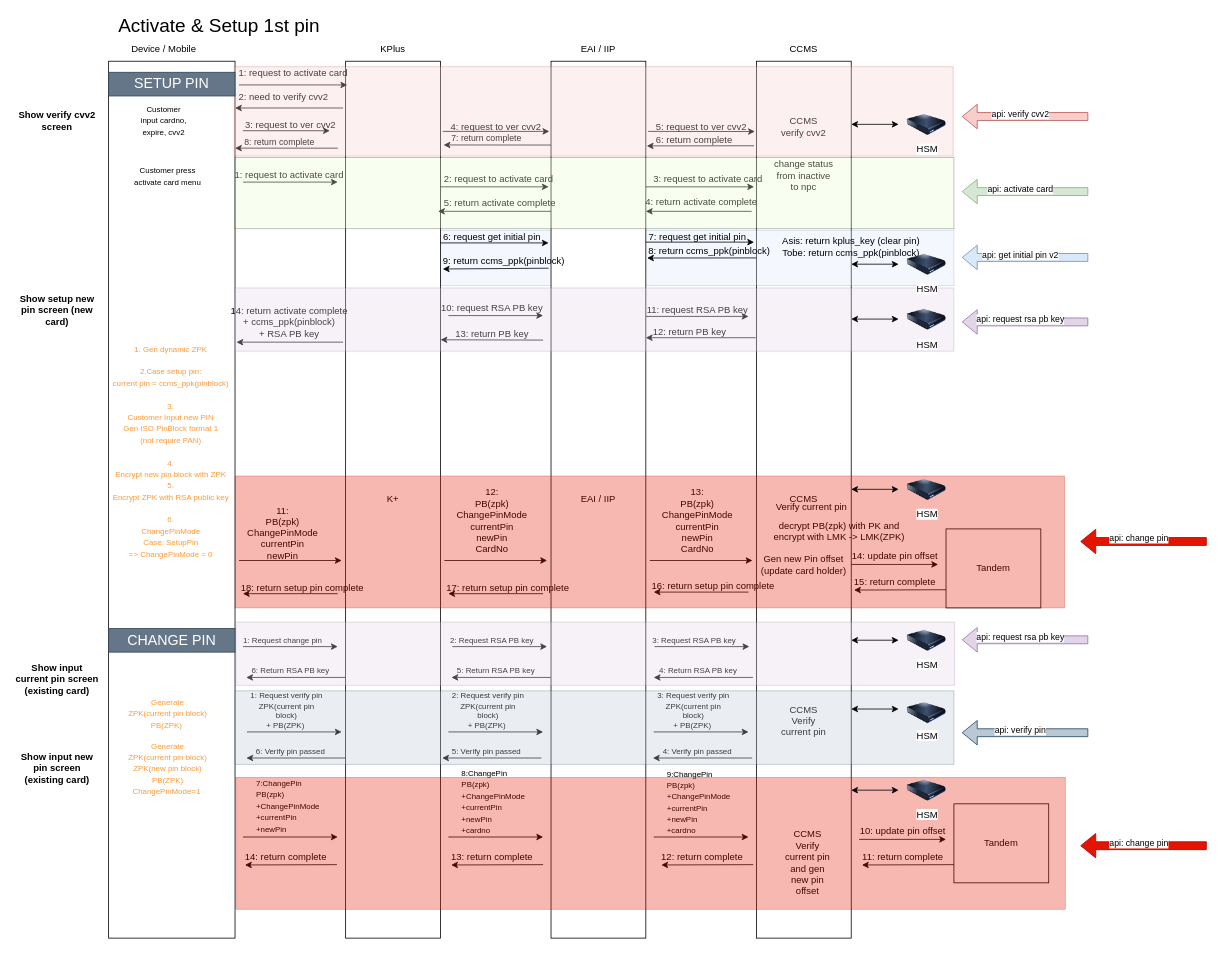
chawaratr/drawio keeps this draw.io diagram as page "KPlus_ChangePin" (2 of 2) of CCMS_Project.drawio. Above is the earlier version. Source tidied: cells renumbered, new cells numbered last; positions are measured from the earlier drawing's top-left corner, leaving out a move shared by most shapes. Both pictures are drawn from the tidied source at 79%, with x=0, y=0 at pixel (13, 13).
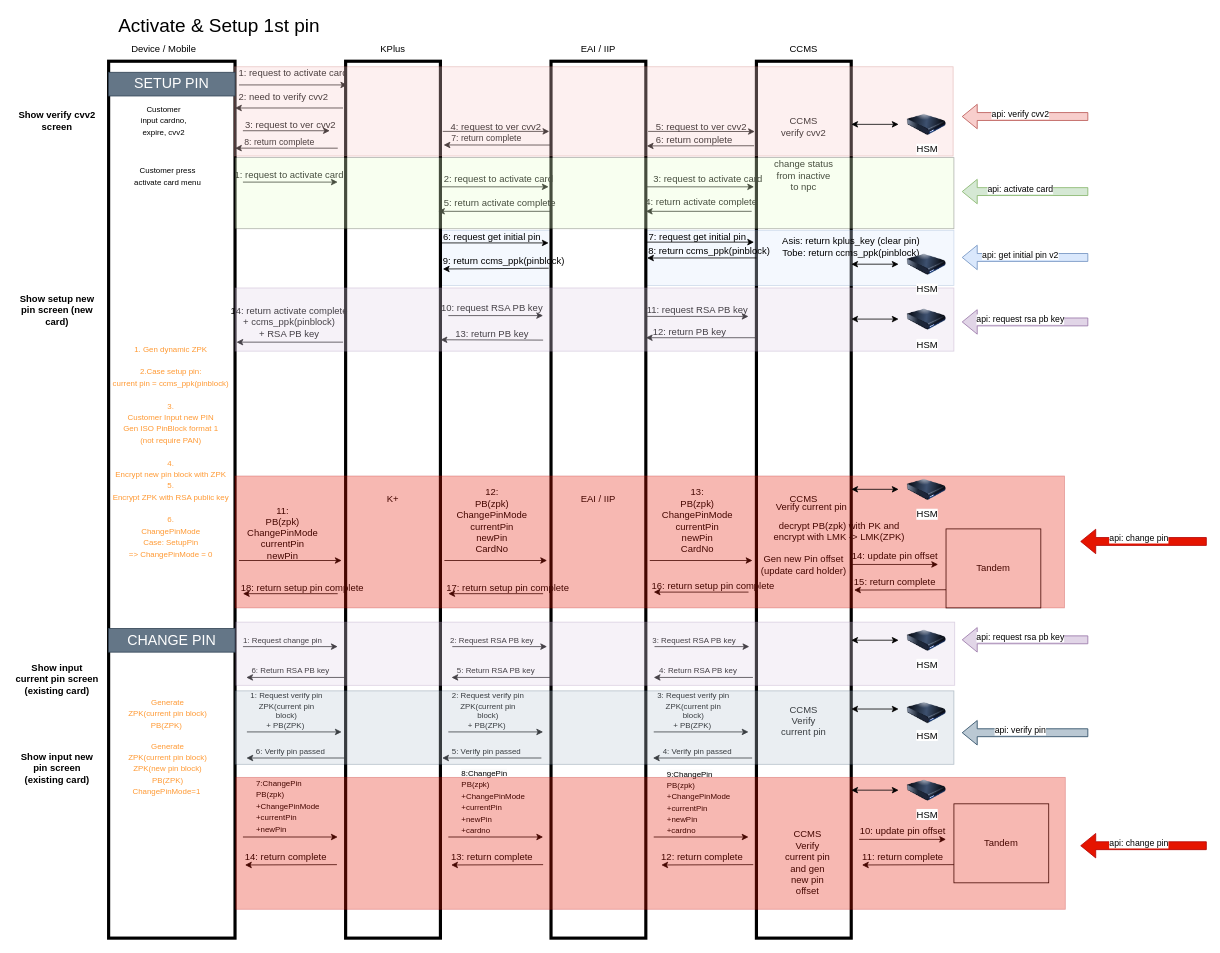
The same diagram, later.

Commit message:
upd line border

The edit, as a diff of the source:
```diff
@@
-    <mxCell id="2" value="CCMS" style="rounded=0;whiteSpace=wrap;html=1;" parent="1" vertex="1">
+    <mxCell id="2" value="CCMS" style="rounded=0;whiteSpace=wrap;html=1;strokeWidth=4;" parent="1" vertex="1">
       <mxGeometry x="940" y="60" width="120" height="1110" as="geometry" />
     </mxCell>
@@
-    <mxCell id="4" style="rounded=0;whiteSpace=wrap;html=1;" parent="1" vertex="1">
+    <mxCell id="4" style="rounded=0;whiteSpace=wrap;html=1;strokeWidth=4;" parent="1" vertex="1">
       <mxGeometry x="120" y="60" width="160" height="1110" as="geometry" />
     </mxCell>
@@
-    <mxCell id="6" value="K+" style="rounded=0;whiteSpace=wrap;html=1;" parent="1" vertex="1">
+    <mxCell id="6" value="K+" style="rounded=0;whiteSpace=wrap;html=1;strokeWidth=4;" parent="1" vertex="1">
       <mxGeometry x="420" y="60" width="120" height="1110" as="geometry" />
     </mxCell>
-    <mxCell id="7" value="EAI / IIP" style="rounded=0;whiteSpace=wrap;html=1;" parent="1" vertex="1">
+    <mxCell id="7" value="EAI / IIP" style="rounded=0;whiteSpace=wrap;html=1;strokeWidth=4;" parent="1" vertex="1">
       <mxGeometry x="680" y="60" width="120" height="1110" as="geometry" />
     </mxCell>
```
